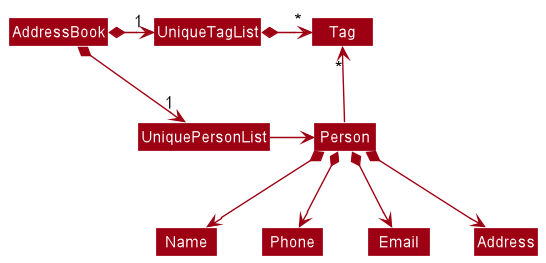
Earlier version of the PlantUML export docs/images/BetterModelClassDiagram.png (nus-cs2103-AY2223S1/tp). The source it was exported from:
```plantuml
@startuml
!include style.puml
skinparam arrowThickness 1.1
skinparam arrowColor MODEL_COLOR
skinparam classBackgroundColor MODEL_COLOR

AddressBook *-right-> "1" UniquePersonList
AddressBook *-right-> "1" UniqueTagList
UniqueTagList -[hidden]down- UniquePersonList
UniqueTagList -[hidden]down- UniquePersonList

UniqueTagList *-right-> "*" Tag
UniquePersonList -right-> Person

Person -up-> "*" Tag

Person *--> Name
Person *--> Phone
Person *--> Email
Person *--> Address
@enduml
```
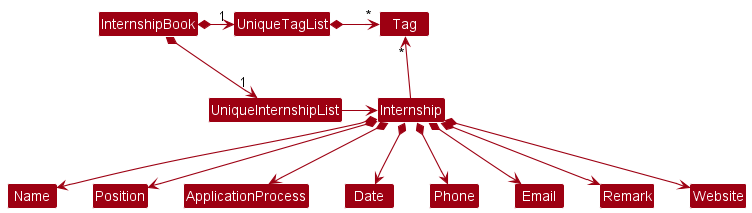
The same file after the commit.

Commit message:
Update model component section, use case for add and help command

The edit, as a diff of the source:
```diff
@@ -4,18 +4,23 @@
 skinparam arrowColor MODEL_COLOR
 skinparam classBackgroundColor MODEL_COLOR
 
-AddressBook *-right-> "1" UniquePersonList
-AddressBook *-right-> "1" UniqueTagList
-UniqueTagList -[hidden]down- UniquePersonList
-UniqueTagList -[hidden]down- UniquePersonList
+InternshipBook *-right-> "1" UniqueInternshipList
+InternshipBook *-right-> "1" UniqueTagList
+UniqueTagList -[hidden]down- UniqueInternshipList
+UniqueTagList -[hidden]down- UniqueInternshipList
 
 UniqueTagList *-right-> "*" Tag
-UniquePersonList -right-> Person
+UniqueInternshipList -right-> Internship
 
-Person -up-> "*" Tag
+Internship -up-> "*" Tag
 
-Person *--> Name
-Person *--> Phone
-Person *--> Email
-Person *--> Address
+Internship *--> Name
+
+Internship *--> Position
+Internship *--> ApplicationProcess
+Internship *--> Date
+Internship *--> Phone
+Internship *--> Email
+Internship *--> Remark
+Internship *--> Website
 @enduml
```
